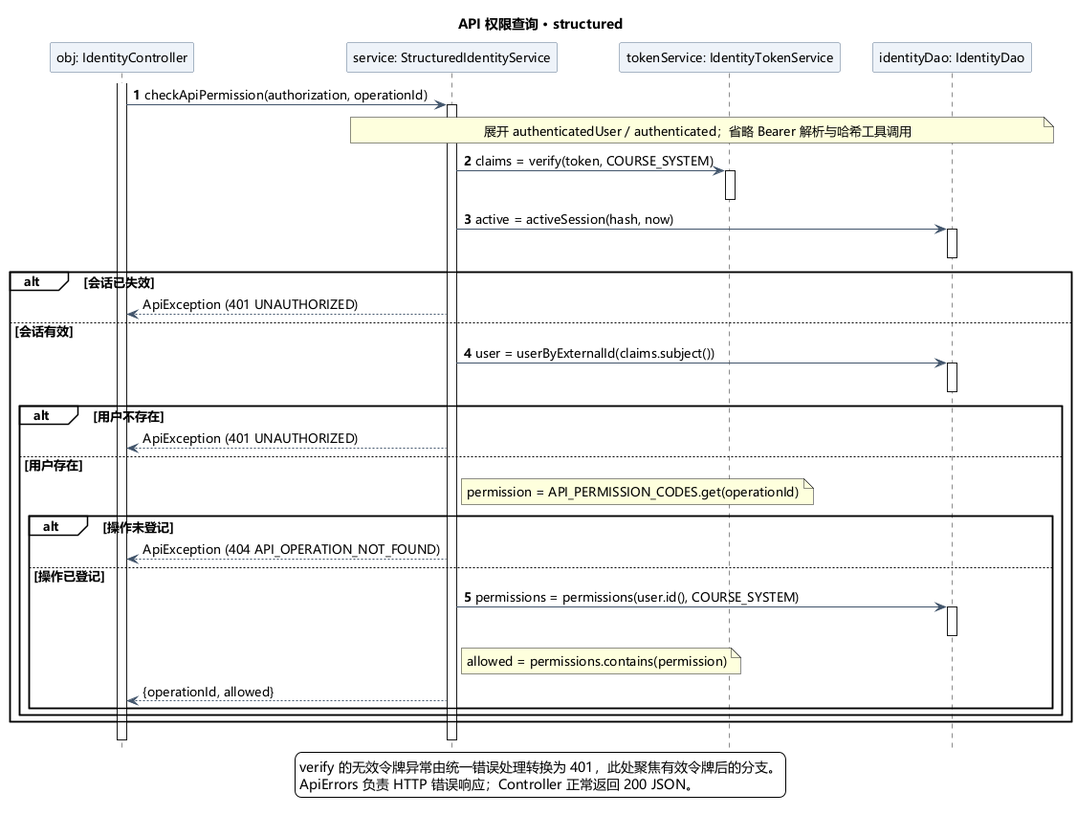
Above: doc/uml/api-permission-sequence.png in JiuQi79-BOT/MelonHub (PlantUML), before the change.
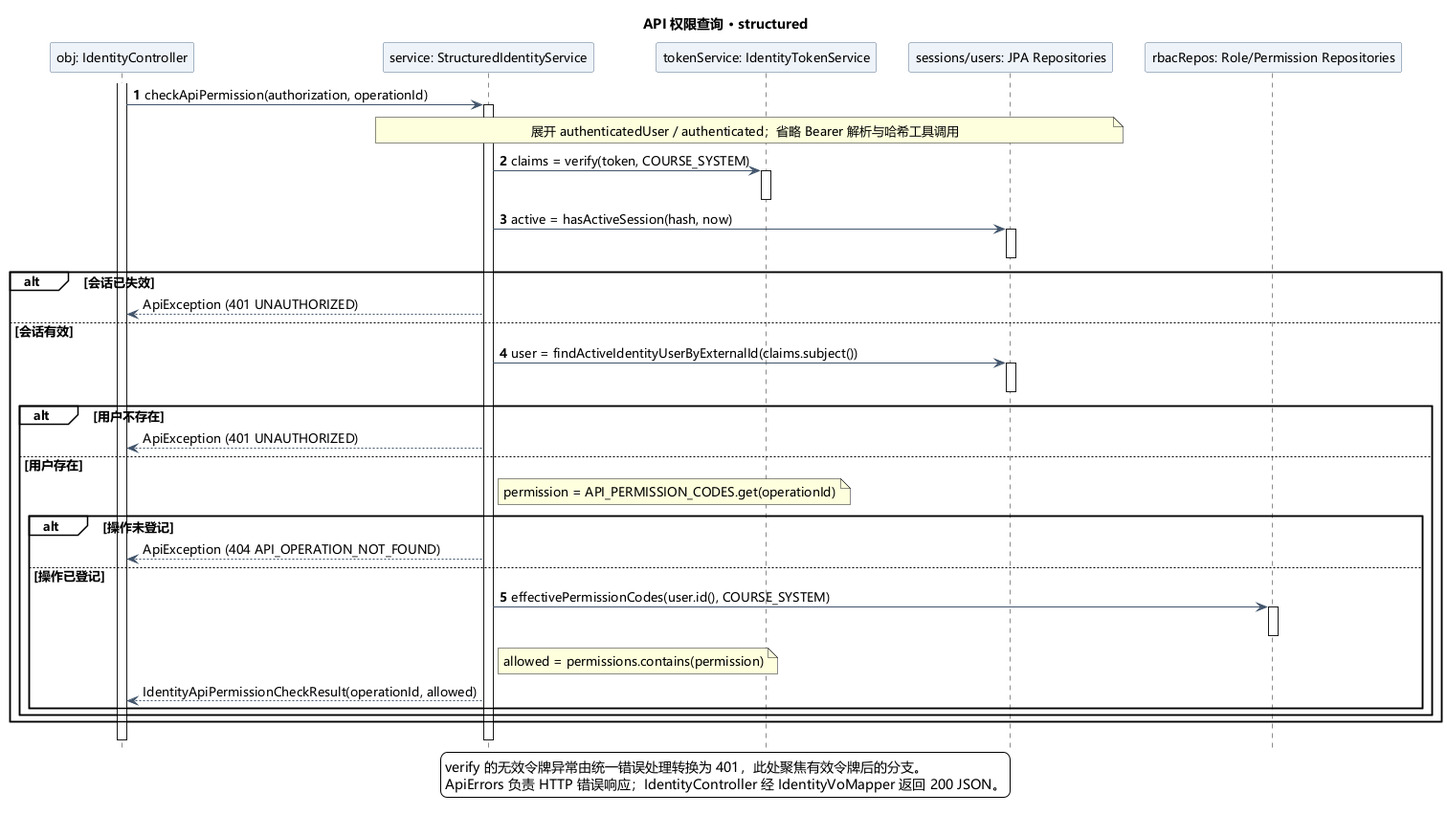
Above is the later version.

Diff of the diagram source:
```diff
@@ -14,14 +14,14 @@
 hide footbox
 title API 权限查询 · structured
 
-hide footbox
 skinparam ParticipantPadding 12
 skinparam BoxPadding 8
 autonumber
 participant "obj: IdentityController" as C
 participant "service: StructuredIdentityService" as S
 participant "tokenService: IdentityTokenService" as T
-participant "identityDao: IdentityDao" as R
+participant "sessions/users: JPA Repositories" as R
+participant "rbacRepos: Role/Permission Repositories" as PR
 activate C
 C -> S: checkApiPermission(authorization, operationId)
 activate S
@@ -29,7 +29,7 @@
 S -> T: claims = verify(token, COURSE_SYSTEM)
 activate T
 deactivate T
-S -> R: active = activeSession(hash, now)
+S -> R: active = hasActiveSession(hash, now)
 activate R
 deactivate R
 alt 会话已失效
@@ -37,7 +37,7 @@
  S --> C: ApiException (401 UNAUTHORIZED)
 else 会话有效
  autonumber resume
- S -> R: user = userByExternalId(claims.subject())
+ S -> R: user = findActiveIdentityUserByExternalId(claims.subject())
  activate R
  deactivate R
  alt 用户不存在
@@ -49,12 +49,12 @@
    S --> C: ApiException (404 API_OPERATION_NOT_FOUND)
   else 操作已登记
    autonumber resume
-   S -> R: permissions = permissions(user.id(), COURSE_SYSTEM)
-   activate R
-   deactivate R
+   S -> PR: effectivePermissionCodes(user.id(), COURSE_SYSTEM)
+   activate PR
+   deactivate PR
    note right of S: allowed = permissions.contains(permission)
    autonumber stop
-   S --> C: {operationId, allowed}
+   S --> C: IdentityApiPermissionCheckResult(operationId, allowed)
   end
  end
 end
@@ -63,6 +63,6 @@
 deactivate C
 legend bottom
 verify 的无效令牌异常由统一错误处理转换为 401，此处聚焦有效令牌后的分支。
-ApiErrors 负责 HTTP 错误响应；Controller 正常返回 200 JSON。
+ApiErrors 负责 HTTP 错误响应；IdentityController 经 IdentityVoMapper 返回 200 JSON。
 endlegend
 @enduml
```
